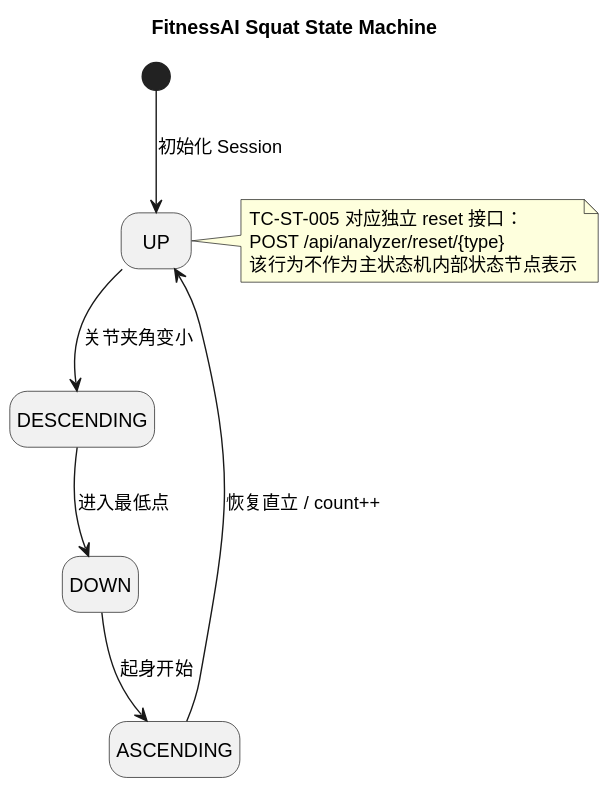
The PlantUML diagram 文档/image/squat_state_machine.svg in Crohkles/Software-Test-Assignment, before a commit. Its diagram source:
```plantuml
@startuml
title FitnessAI Squat State Machine

hide empty description
skinparam backgroundColor transparent
skinparam shadowing false

[*] --> UP : 初始化 Session
UP --> DESCENDING : 关节夹角变小
DESCENDING --> DOWN : 进入最低点
DOWN --> ASCENDING : 起身开始
ASCENDING --> UP : 恢复直立 / count++

note right of UP
TC-ST-005 对应独立 reset 接口：
POST /api/analyzer/reset/{type}
该行为不作为主状态机内部状态节点表示
end note
@enduml
```
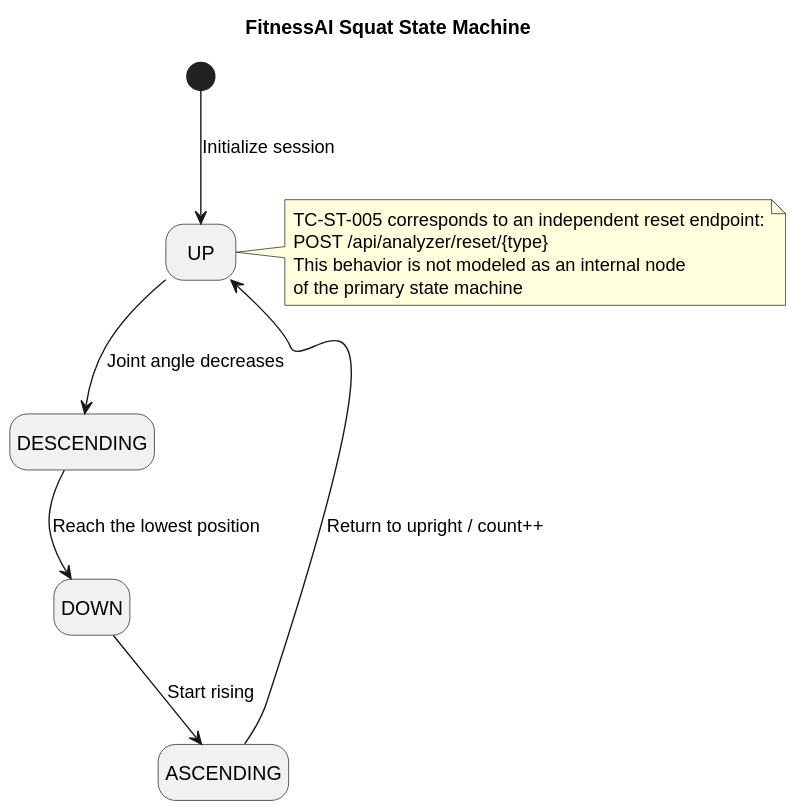
The same file after the commit.

What changed in the source:
```diff
@@ -5,15 +5,16 @@
 skinparam backgroundColor transparent
 skinparam shadowing false
 
-[*] --> UP : 初始化 Session
-UP --> DESCENDING : 关节夹角变小
-DESCENDING --> DOWN : 进入最低点
-DOWN --> ASCENDING : 起身开始
-ASCENDING --> UP : 恢复直立 / count++
+[*] --> UP : Initialize session
+UP --> DESCENDING : Joint angle decreases
+DESCENDING --> DOWN : Reach the lowest position
+DOWN --> ASCENDING : Start rising
+ASCENDING --> UP : Return to upright / count++
 
 note right of UP
-TC-ST-005 对应独立 reset 接口：
+TC-ST-005 corresponds to an independent reset endpoint:
 POST /api/analyzer/reset/{type}
-该行为不作为主状态机内部状态节点表示
+This behavior is not modeled as an internal node
+of the primary state machine
 end note
 @enduml
```
